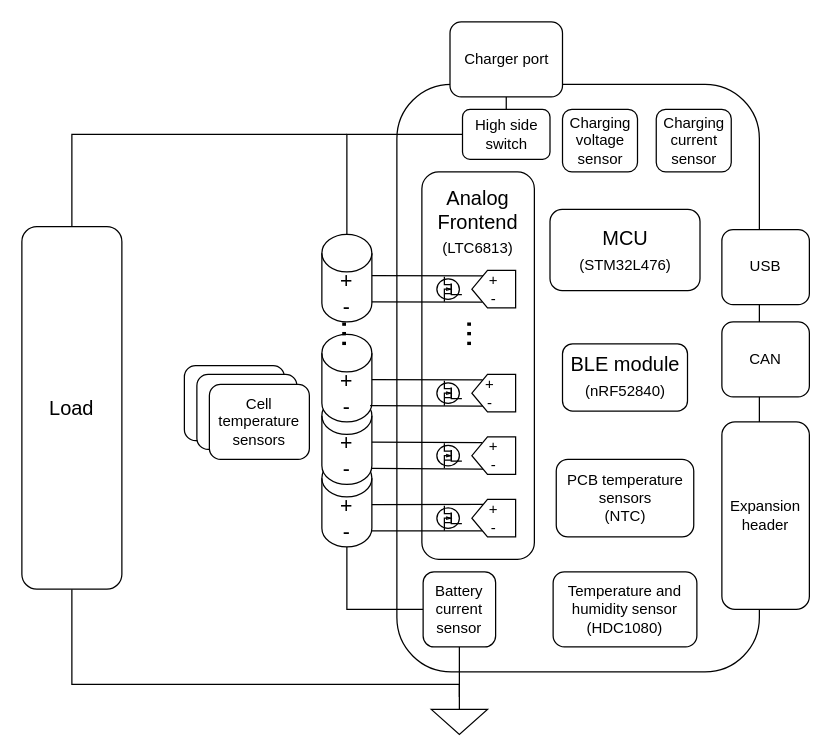
Earlier version of the draw.io diagram docs/block-diagram.drawio (G-Pereira/greenmobi-bms). Source tidied: cells renumbered, new cells numbered last; positions are measured from the earlier drawing's top-left corner, leaving out a move shared by most shapes. Both pictures are drawn from the tidied source at 125%, with x=0, y=0 at pixel (21, 21).
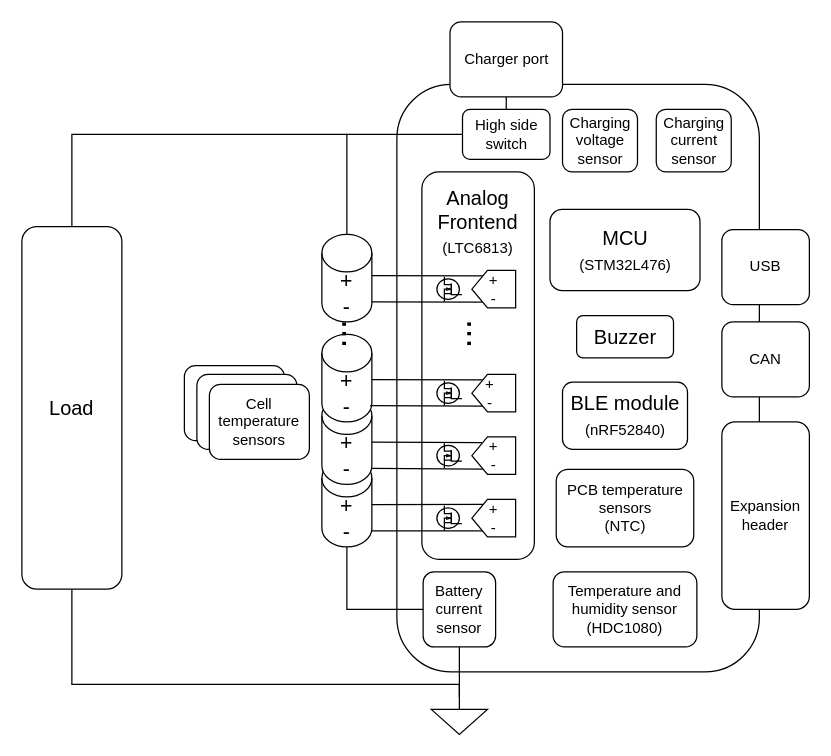
The same diagram, later.

Commit message (it also covers changes not shown here):
Add buzzer to block diagram

The edit, as a diff of the source:
```diff
@@
     <mxCell id="42" value="BLE module&lt;br&gt;&lt;font style=&quot;font-size: 12px;&quot;&gt;(nRF52840)&lt;/font&gt;" style="rounded=1;whiteSpace=wrap;html=1;fontSize=16;" parent="1" vertex="1">
-      <mxGeometry x="432.5" y="257.5" width="100" height="53.8" as="geometry" />
+      <mxGeometry x="432.5" y="288.2" width="100" height="53.8" as="geometry" />
     </mxCell>
@@
     <mxCell id="51" value="PCB temperature sensors&lt;br&gt;(NTC)" style="rounded=1;whiteSpace=wrap;html=1;fontSize=12;fillColor=#ffffff;" parent="1" vertex="1">
-      <mxGeometry x="427.5" y="350" width="110" height="62" as="geometry" />
+      <mxGeometry x="427.5" y="358" width="110" height="62" as="geometry" />
     </mxCell>
@@
+    <mxCell id="54" value="Buzzer" style="rounded=1;whiteSpace=wrap;html=1;fontSize=16;" parent="1" vertex="1">
+      <mxGeometry x="443.8" y="235" width="77.5" height="33.8" as="geometry" />
+    </mxCell>
```
